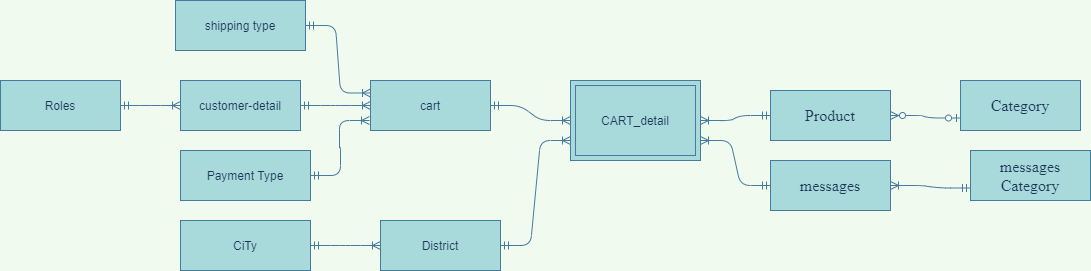
Earlier version of the draw.io export Untitled Diagram.png (maialino123/Eproject-SEM3). Source tidied: cells renumbered, new cells last; positions are measured from the earlier drawing's top-left corner, leaving out a move shared by most shapes.
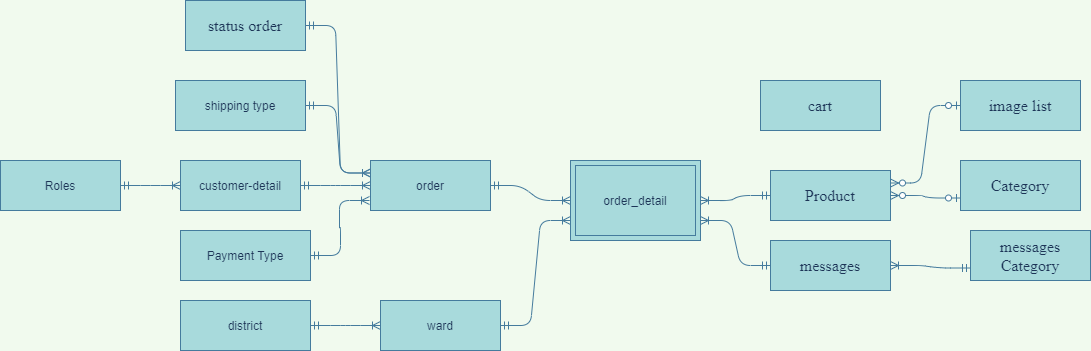
After the change.

Change to the diagram source:
```diff
@@ -23,10 +23,10 @@
     <mxCell id="8" style="edgeStyle=entityRelationEdgeStyle;fontSize=12;html=1;endArrow=ERoneToMany;startArrow=ERmandOne;fontColor=#1D3557;strokeColor=#457B9D;fillColor=#A8DADC;entryX=1;entryY=0.5;entryDx=0;entryDy=0;exitX=0;exitY=0.75;exitDx=0;exitDy=0;labelBackgroundColor=#F1FAEE;" parent="1" edge="1" source="7" target="3">
       <mxGeometry relative="1" as="geometry" />
     </mxCell>
-    <mxCell id="9" value="District" style="whiteSpace=wrap;html=1;align=center;rounded=0;sketch=0;fontColor=#1D3557;strokeColor=#457B9D;fillColor=#A8DADC;" parent="1" vertex="1">
+    <mxCell id="9" value="ward" style="whiteSpace=wrap;html=1;align=center;rounded=0;sketch=0;fontColor=#1D3557;strokeColor=#457B9D;fillColor=#A8DADC;" parent="1" vertex="1">
       <mxGeometry x="380" y="220" width="120" height="50" as="geometry" />
     </mxCell>
-    <mxCell id="10" value="CiTy" style="whiteSpace=wrap;html=1;align=center;rounded=0;sketch=0;fontColor=#1D3557;strokeColor=#457B9D;fillColor=#A8DADC;" parent="1" vertex="1">
+    <mxCell id="10" value="district" style="whiteSpace=wrap;html=1;align=center;rounded=0;sketch=0;fontColor=#1D3557;strokeColor=#457B9D;fillColor=#A8DADC;" parent="1" vertex="1">
       <mxGeometry x="180" y="220" width="130" height="50" as="geometry" />
     </mxCell>
     <mxCell id="11" style="edgeStyle=entityRelationEdgeStyle;fontSize=12;html=1;endArrow=ERoneToMany;startArrow=ERmandOne;fontColor=#1D3557;strokeColor=#457B9D;fillColor=#A8DADC;labelBackgroundColor=#F1FAEE;exitX=1;exitY=0.5;exitDx=0;exitDy=0;entryX=0;entryY=0.5;entryDx=0;entryDy=0;" parent="1" edge="1" source="10" target="9">
@@ -58,13 +58,13 @@
         <mxPoint x="369" y="120" as="targetPoint" />
       </mxGeometry>
     </mxCell>
-    <mxCell id="20" value="CART_detail" style="shape=ext;margin=3;double=1;whiteSpace=wrap;html=1;align=center;fillColor=#A8DADC;strokeColor=#457B9D;fontColor=#1D3557;" parent="1" vertex="1">
+    <mxCell id="20" value="order_detail" style="shape=ext;margin=3;double=1;whiteSpace=wrap;html=1;align=center;fillColor=#A8DADC;strokeColor=#457B9D;fontColor=#1D3557;" parent="1" vertex="1">
       <mxGeometry x="570" y="80" width="130" height="80" as="geometry" />
     </mxCell>
     <mxCell id="21" style="edgeStyle=entityRelationEdgeStyle;fontSize=12;html=1;endArrow=ERoneToMany;startArrow=ERmandOne;fontColor=#1D3557;strokeColor=#457B9D;fillColor=#A8DADC;entryX=0;entryY=0.5;entryDx=0;entryDy=0;labelBackgroundColor=#F1FAEE;exitX=1;exitY=0.5;exitDx=0;exitDy=0;" parent="1" edge="1" source="22" target="20">
       <mxGeometry relative="1" as="geometry" />
     </mxCell>
-    <mxCell id="22" value="cart" style="whiteSpace=wrap;html=1;align=center;rounded=0;sketch=0;fontColor=#1D3557;strokeColor=#457B9D;fillColor=#A8DADC;" parent="1" vertex="1">
+    <mxCell id="22" value="order" style="whiteSpace=wrap;html=1;align=center;rounded=0;sketch=0;fontColor=#1D3557;strokeColor=#457B9D;fillColor=#A8DADC;" parent="1" vertex="1">
       <mxGeometry x="370" y="80" width="120" height="50" as="geometry" />
     </mxCell>
     <mxCell id="23" value="shipping type" style="whiteSpace=wrap;html=1;align=center;rounded=0;sketch=0;fontColor=#1D3557;strokeColor=#457B9D;fillColor=#A8DADC;" parent="1" vertex="1">
@@ -73,5 +73,25 @@
     <mxCell id="24" style="edgeStyle=entityRelationEdgeStyle;fontSize=12;html=1;endArrow=ERoneToMany;startArrow=ERmandOne;fontColor=#1D3557;strokeColor=#457B9D;fillColor=#A8DADC;labelBackgroundColor=#F1FAEE;exitX=1;exitY=0.5;exitDx=0;exitDy=0;entryX=0;entryY=0.25;entryDx=0;entryDy=0;" parent="1" edge="1" source="23" target="22">
       <mxGeometry relative="1" as="geometry" />
     </mxCell>
+    <mxCell id="25" value="&lt;p class=&quot;MsoNormal&quot;&gt;&lt;font face=&quot;times new roman, serif&quot;&gt;&lt;span style=&quot;font-size: 16px&quot;&gt;Category&lt;/span&gt;&lt;/font&gt;&lt;/p&gt;" style="whiteSpace=wrap;html=1;align=center;rounded=0;sketch=0;fontColor=#1D3557;strokeColor=#457B9D;fillColor=#A8DADC;" parent="1" vertex="1">
+      <mxGeometry x="960" width="120" height="50" as="geometry" />
+    </mxCell>
+    <mxCell id="26" value="&lt;p class=&quot;MsoNormal&quot;&gt;&lt;font face=&quot;times new roman, serif&quot;&gt;&lt;span style=&quot;font-size: 16px&quot;&gt;image list&lt;/span&gt;&lt;/font&gt;&lt;/p&gt;" style="whiteSpace=wrap;html=1;align=center;rounded=0;sketch=0;fontColor=#1D3557;strokeColor=#457B9D;fillColor=#A8DADC;" parent="1" vertex="1">
+      <mxGeometry x="960" width="120" height="50" as="geometry" />
+    </mxCell>
+    <mxCell id="27" style="edgeStyle=entityRelationEdgeStyle;fontSize=12;html=1;endArrow=ERzeroToMany;startArrow=ERzeroToOne;fontColor=#1D3557;strokeColor=#457B9D;fillColor=#A8DADC;exitX=0;exitY=0.5;exitDx=0;exitDy=0;entryX=1;entryY=0.25;entryDx=0;entryDy=0;labelBackgroundColor=#F1FAEE;" parent="1" edge="1" source="26" target="5">
+      <mxGeometry relative="1" as="geometry" />
+    </mxCell>
+    <mxCell id="28" value="&lt;p class=&quot;MsoNormal&quot;&gt;&lt;font face=&quot;times new roman, serif&quot;&gt;&lt;span style=&quot;font-size: 16px&quot;&gt;cart&lt;/span&gt;&lt;/font&gt;&lt;/p&gt;" style="whiteSpace=wrap;html=1;align=center;rounded=0;sketch=0;fontColor=#1D3557;strokeColor=#457B9D;fillColor=#A8DADC;" parent="1" vertex="1">
+      <mxGeometry x="760" width="120" height="50" as="geometry" />
+    </mxCell>
+    <mxCell id="29" value="&lt;p class=&quot;MsoNormal&quot;&gt;&lt;font face=&quot;times new roman, serif&quot;&gt;&lt;span style=&quot;font-size: 16px&quot;&gt;status order&lt;/span&gt;&lt;/font&gt;&lt;/p&gt;" style="whiteSpace=wrap;html=1;align=center;rounded=0;sketch=0;fontColor=#1D3557;strokeColor=#457B9D;fillColor=#A8DADC;" parent="1" vertex="1">
+      <mxGeometry x="185" y="-80" width="120" height="50" as="geometry" />
+    </mxCell>
+    <mxCell id="30" style="edgeStyle=entityRelationEdgeStyle;fontSize=12;html=1;endArrow=ERoneToMany;startArrow=ERmandOne;fontColor=#1D3557;strokeColor=#457B9D;fillColor=#A8DADC;labelBackgroundColor=#F1FAEE;entryX=0;entryY=0.25;entryDx=0;entryDy=0;exitX=1;exitY=0.5;exitDx=0;exitDy=0;" parent="1" edge="1" source="29">
+      <mxGeometry relative="1" as="geometry">
+        <mxPoint x="370" y="92.5" as="targetPoint" />
+      </mxGeometry>
+    </mxCell>
   </root>
 </mxGraphModel>
```
